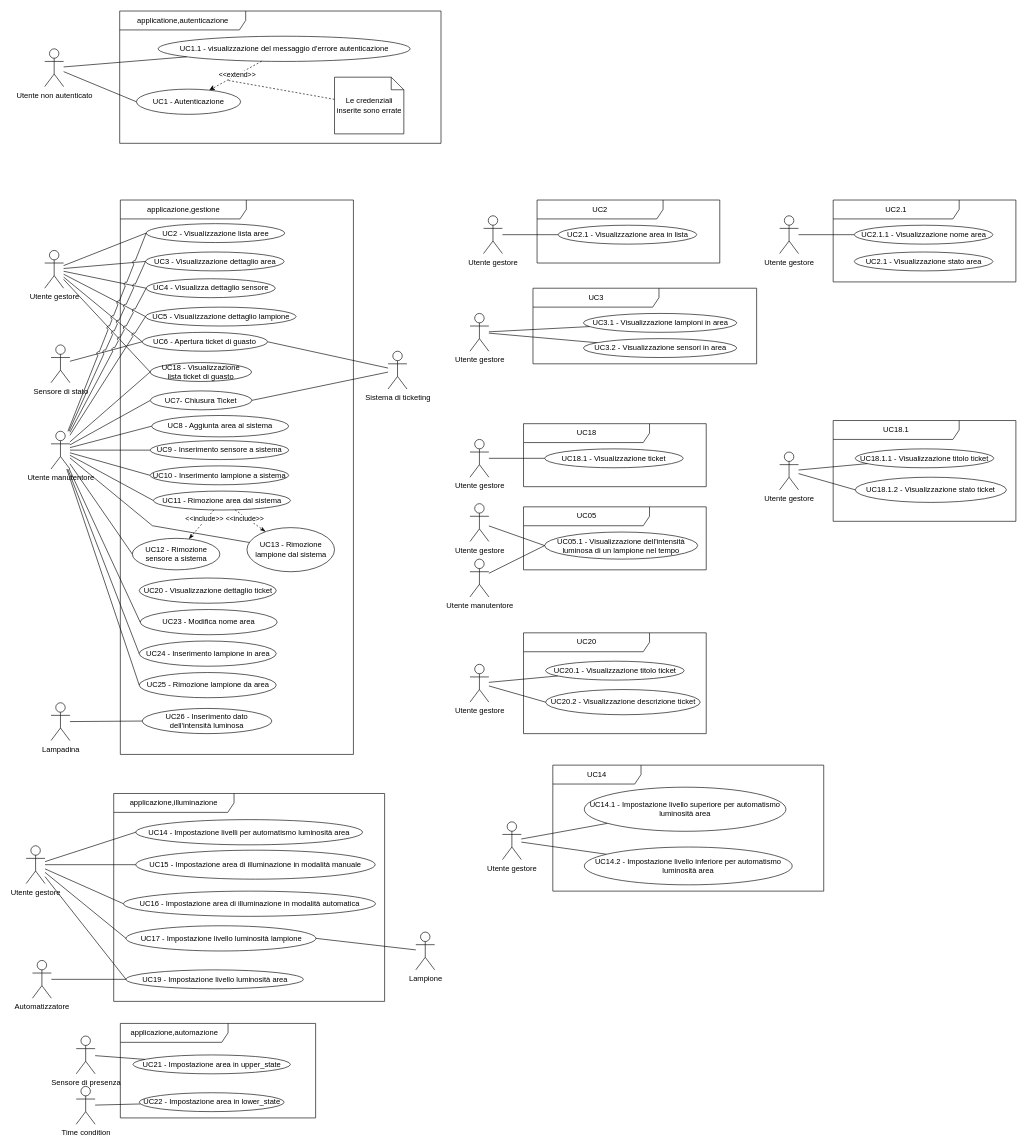
The draw.io diagram page "OK" (1 of 8) of casi_uso_grafici.drawio in SWEasabi/analisi-dei-requisiti, before the edit. Source tidied: cells renumbered, new cells numbered last; positions are measured from the earlier drawing's top-left corner, leaving out a move shared by most shapes. Both pictures are drawn from the tidied source at 63%, with x=0, y=0 at pixel (26, 11).
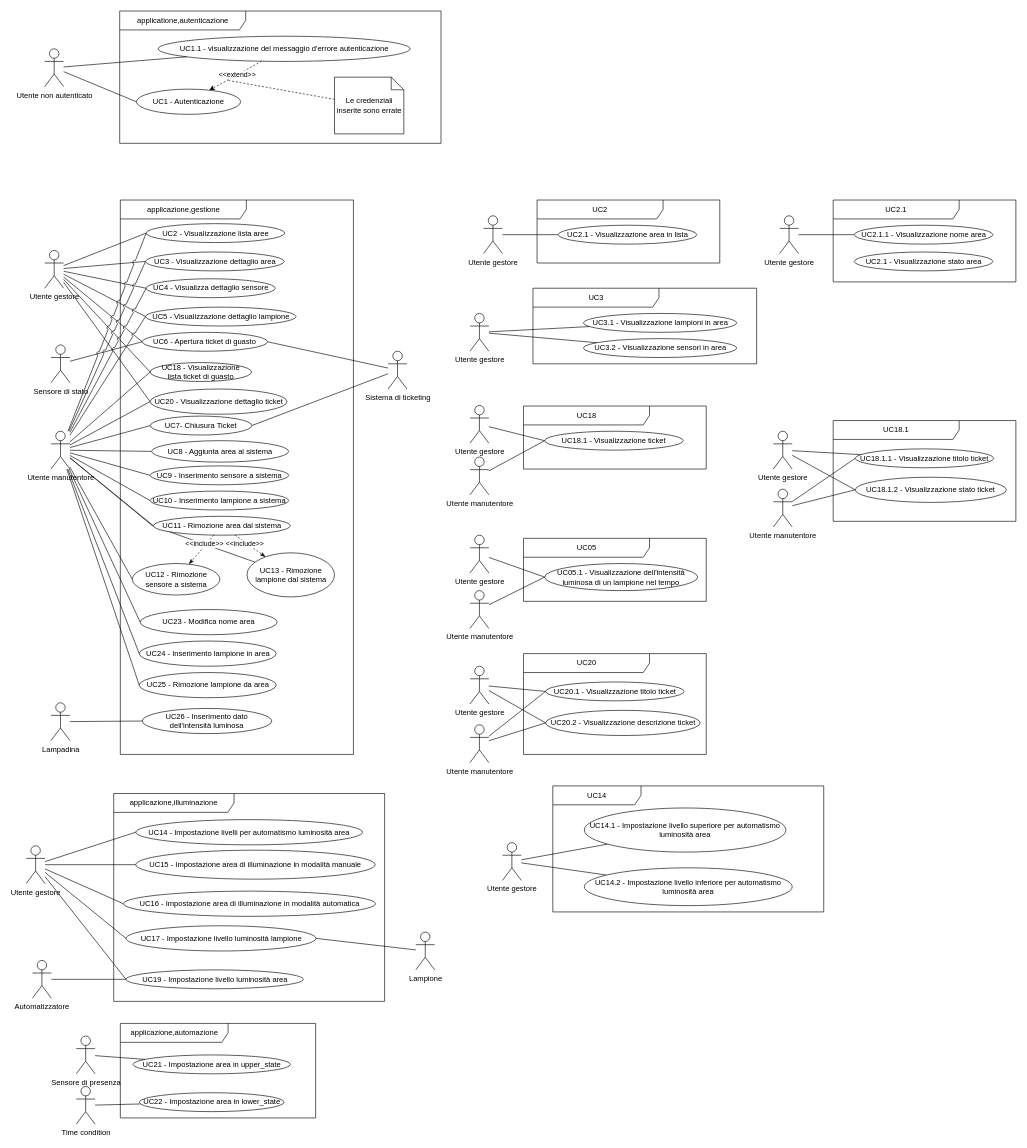
The same page after the edit.

Unchanged cells that the change refers to:
```xml
<mxCell id="16" value="Utente gestore" style="shape=umlActor;verticalLabelPosition=bottom;verticalAlign=top;html=1;outlineConnect=0;gradientColor=none;" parent="1" vertex="1">
  <mxGeometry x="29.5" y="380" width="30" height="60" as="geometry" />
</mxCell>
<mxCell id="56" value="Utente manutentore" style="shape=umlActor;verticalLabelPosition=bottom;verticalAlign=top;html=1;outlineConnect=0;gradientColor=none;" parent="1" vertex="1">
  <mxGeometry x="39.5" y="667" width="30" height="60" as="geometry" />
</mxCell>
<mxCell id="102" value="UC18.1.1 - Visualizzazione titolo ticket" style="ellipse;whiteSpace=wrap;html=1;" parent="1" vertex="1">
  <mxGeometry x="1316" y="695" width="220" height="30" as="geometry" />
</mxCell>
<mxCell id="104" value="UC18.1.2 - Visualizzazione stato ticket" style="ellipse;whiteSpace=wrap;html=1;" parent="1" vertex="1">
  <mxGeometry x="1316" y="740" width="240" height="40" as="geometry" />
</mxCell>
```

The edit, as a diff of the source:
```diff
@@
     <mxCell id="29" value="UC14" style="shape=umlFrame;whiteSpace=wrap;html=1;width=140;height=30;" parent="1" vertex="1">
-      <mxGeometry x="836" y="1197" width="430" height="200" as="geometry" />
+      <mxGeometry x="836" y="1230" width="430" height="200" as="geometry" />
     </mxCell>
@@
     <mxCell id="32" value="Utente gestore" style="shape=umlActor;verticalLabelPosition=bottom;verticalAlign=top;html=1;outlineConnect=0;gradientColor=none;" parent="1" vertex="1">
-      <mxGeometry x="756" y="1287" width="30" height="60" as="geometry" />
+      <mxGeometry x="756" y="1320" width="30" height="60" as="geometry" />
     </mxCell>
     <mxCell id="33" value="UC14.1 - Impostazione livello superiore per automatismo luminosità area" style="ellipse;whiteSpace=wrap;html=1;" parent="1" vertex="1">
-      <mxGeometry x="886" y="1232" width="320" height="70" as="geometry" />
+      <mxGeometry x="886" y="1265" width="320" height="70" as="geometry" />
     </mxCell>
     <mxCell id="34" value="UC14.2 - Impostazione livello inferiore per automatismo luminosità area" style="ellipse;whiteSpace=wrap;html=1;" parent="1" vertex="1">
-      <mxGeometry x="886" y="1327" width="330" height="60" as="geometry" />
+      <mxGeometry x="886" y="1360" width="330" height="60" as="geometry" />
     </mxCell>
@@
     <mxCell id="53" value="UC10 - Inserimento lampione a sistema" style="ellipse;whiteSpace=wrap;html=1;" parent="1" vertex="1">
-      <mxGeometry x="196.8" y="722" width="220" height="30" as="geometry" />
+      <mxGeometry x="196.8" y="762" width="220" height="30" as="geometry" />
     </mxCell>
@@
     <mxCell id="57" value="UC7- Chiusura Ticket" style="ellipse;whiteSpace=wrap;html=1;" parent="1" vertex="1">
-      <mxGeometry x="197.2" y="603" width="161" height="30" as="geometry" />
+      <mxGeometry x="197.2" y="643" width="161" height="30" as="geometry" />
     </mxCell>
     <mxCell id="58" value="UC9 - Inserimento sensore a sistema" style="ellipse;whiteSpace=wrap;html=1;" parent="1" vertex="1">
-      <mxGeometry x="196.8" y="682" width="220" height="30" as="geometry" />
+      <mxGeometry x="196.8" y="722" width="220" height="30" as="geometry" />
     </mxCell>
@@
     <mxCell id="60" value="UC13 - Rimozione lampione dal sistema" style="ellipse;whiteSpace=wrap;html=1;" parent="1" vertex="1">
-      <mxGeometry x="350.5" y="820" width="139" height="70" as="geometry" />
+      <mxGeometry x="350.5" y="860" width="139" height="70" as="geometry" />
     </mxCell>
     <mxCell id="61" value="UC8 - Aggiunta area al sistema" style="ellipse;whiteSpace=wrap;html=1;" parent="1" vertex="1">
-      <mxGeometry x="199.2" y="642" width="217.5" height="34" as="geometry" />
+      <mxGeometry x="199.2" y="682" width="217.5" height="34" as="geometry" />
     </mxCell>
@@
     <mxCell id="63" value="UC11 - Rimozione area dal sistema" style="ellipse;whiteSpace=wrap;html=1;" parent="1" vertex="1">
-      <mxGeometry x="202" y="762" width="217.5" height="30" as="geometry" />
+      <mxGeometry x="202" y="802" width="217.5" height="30" as="geometry" />
     </mxCell>
@@
     <mxCell id="69" value="UC12 - Rimozione sensore a sistema" style="ellipse;whiteSpace=wrap;html=1;" parent="1" vertex="1">
-      <mxGeometry x="168.5" y="837" width="139" height="50" as="geometry" />
+      <mxGeometry x="168.5" y="877" width="139" height="50" as="geometry" />
     </mxCell>
@@
     <mxCell id="96" value="UC18" style="shape=umlFrame;whiteSpace=wrap;html=1;width=200;height=30;" parent="1" vertex="1">
-      <mxGeometry x="789.5" y="655" width="290" height="100" as="geometry" />
+      <mxGeometry x="789.5" y="627" width="290" height="100" as="geometry" />
     </mxCell>
     <mxCell id="97" value="Utente gestore" style="shape=umlActor;verticalLabelPosition=bottom;verticalAlign=top;html=1;outlineConnect=0;gradientColor=none;" parent="1" vertex="1">
-      <mxGeometry x="704.5" y="680" width="30" height="60" as="geometry" />
+      <mxGeometry x="704.5" y="626" width="30" height="60" as="geometry" />
     </mxCell>
     <mxCell id="98" value="UC18.1 - Visualizzazione ticket" style="ellipse;whiteSpace=wrap;html=1;" parent="1" vertex="1">
-      <mxGeometry x="823" y="695" width="220" height="30" as="geometry" />
+      <mxGeometry x="823" y="667" width="220" height="30" as="geometry" />
     </mxCell>
-    <mxCell id="99" style="edgeStyle=none;rounded=0;jumpStyle=none;jumpSize=15;jettySize=auto;html=1;endArrow=none;endFill=0;" parent="1" edge="1" source="97" target="98">
+    <mxCell id="99" style="edgeStyle=none;rounded=0;jumpStyle=none;jumpSize=15;jettySize=auto;html=1;endArrow=none;endFill=0;entryX=0;entryY=0.5;entryDx=0;entryDy=0;" parent="1" edge="1" source="97" target="98">
       <mxGeometry relative="1" as="geometry" />
     </mxCell>
@@
     <mxCell id="101" value="Utente gestore" style="shape=umlActor;verticalLabelPosition=bottom;verticalAlign=top;html=1;outlineConnect=0;gradientColor=none;" parent="1" vertex="1">
-      <mxGeometry x="1196" y="700" width="30" height="60" as="geometry" />
+      <mxGeometry x="1186" y="667" width="30" height="60" as="geometry" />
     </mxCell>
@@
     <mxCell id="113" value="UC05" style="shape=umlFrame;whiteSpace=wrap;html=1;width=200;height=30;" parent="1" vertex="1">
-      <mxGeometry x="789.5" y="787" width="290" height="100" as="geometry" />
+      <mxGeometry x="789.5" y="837" width="290" height="100" as="geometry" />
     </mxCell>
     <mxCell id="114" value="Utente gestore" style="shape=umlActor;verticalLabelPosition=bottom;verticalAlign=top;html=1;outlineConnect=0;gradientColor=none;" parent="1" vertex="1">
-      <mxGeometry x="704.5" y="782" width="30" height="60" as="geometry" />
+      <mxGeometry x="704.5" y="832" width="30" height="60" as="geometry" />
     </mxCell>
     <mxCell id="115" value="UC05.1 -&amp;nbsp;&lt;span style=&quot;background-color: initial;&quot;&gt;Visualizzazione dell'intensità&lt;/span&gt;&lt;div&gt;luminosa di un lampione nel tempo&lt;/div&gt;" style="ellipse;whiteSpace=wrap;html=1;" parent="1" vertex="1">
-      <mxGeometry x="823" y="827" width="243" height="43" as="geometry" />
+      <mxGeometry x="823" y="877" width="243" height="43" as="geometry" />
     </mxCell>
@@
     <mxCell id="117" value="Utente manutentore" style="shape=umlActor;verticalLabelPosition=bottom;verticalAlign=top;html=1;outlineConnect=0;gradientColor=none;" parent="1" vertex="1">
-      <mxGeometry x="704.5" y="870" width="30" height="60" as="geometry" />
+      <mxGeometry x="704.5" y="920" width="30" height="60" as="geometry" />
     </mxCell>
@@
     <mxCell id="119" value="UC20 - Visualizzazione dettaglio ticket" style="ellipse;whiteSpace=wrap;html=1;" parent="1" vertex="1">
-      <mxGeometry x="179.5" y="900" width="217.5" height="40" as="geometry" />
+      <mxGeometry x="196.8" y="600" width="217.5" height="40" as="geometry" />
     </mxCell>
     <mxCell id="120" value="UC20" style="shape=umlFrame;whiteSpace=wrap;html=1;width=200;height=30;" parent="1" vertex="1">
-      <mxGeometry x="789.5" y="987" width="290" height="160" as="geometry" />
+      <mxGeometry x="789.5" y="1020" width="290" height="160" as="geometry" />
     </mxCell>
     <mxCell id="121" value="Utente gestore" style="shape=umlActor;verticalLabelPosition=bottom;verticalAlign=top;html=1;outlineConnect=0;gradientColor=none;" parent="1" vertex="1">
-      <mxGeometry x="704.5" y="1037" width="30" height="60" as="geometry" />
+      <mxGeometry x="704.5" y="1040" width="30" height="60" as="geometry" />
     </mxCell>
     <mxCell id="122" value="UC20.1 - Visualizzazione titolo ticket" style="ellipse;whiteSpace=wrap;html=1;" parent="1" vertex="1">
-      <mxGeometry x="824.5" y="1032" width="220" height="30" as="geometry" />
+      <mxGeometry x="824.5" y="1065" width="220" height="30" as="geometry" />
     </mxCell>
-    <mxCell id="123" style="edgeStyle=none;rounded=0;jumpStyle=none;jumpSize=15;jettySize=auto;html=1;endArrow=none;endFill=0;" parent="1" edge="1" source="121" target="122">
+    <mxCell id="123" style="edgeStyle=none;rounded=0;jumpStyle=none;jumpSize=15;jettySize=auto;html=1;endArrow=none;endFill=0;entryX=0;entryY=0.5;entryDx=0;entryDy=0;" parent="1" edge="1" source="121" target="122">
       <mxGeometry relative="1" as="geometry" />
     </mxCell>
     <mxCell id="124" value="UC20.2 - Visualizzazione descrizione ticket" style="ellipse;whiteSpace=wrap;html=1;" parent="1" vertex="1">
-      <mxGeometry x="824.5" y="1077" width="245.5" height="40" as="geometry" />
+      <mxGeometry x="824.5" y="1110" width="245.5" height="40" as="geometry" />
     </mxCell>
@@
+    <mxCell id="131" style="endArrow=none;html=1;exitX=0;exitY=0.5;exitDx=0;exitDy=0;" parent="1" edge="1" source="119" target="56">
+      <mxGeometry relative="1" as="geometry" />
+    </mxCell>
+    <mxCell id="132" style="endArrow=none;html=1;exitX=0;exitY=0.5;exitDx=0;exitDy=0;" parent="1" edge="1" source="119" target="16">
+      <mxGeometry relative="1" as="geometry" />
+    </mxCell>
+    <mxCell id="133" value="Utente manutentore" style="shape=umlActor;verticalLabelPosition=bottom;verticalAlign=top;html=1;outlineConnect=0;gradientColor=none;" parent="1" vertex="1">
+      <mxGeometry x="704.5" y="708" width="30" height="60" as="geometry" />
+    </mxCell>
+    <mxCell id="134" style="endArrow=none;html=1;entryX=0;entryY=0.5;entryDx=0;entryDy=0;" parent="1" edge="1" source="133" target="98">
+      <mxGeometry relative="1" as="geometry" />
+    </mxCell>
+    <mxCell id="135" value="Utente manutentore" style="shape=umlActor;verticalLabelPosition=bottom;verticalAlign=top;html=1;outlineConnect=0;gradientColor=none;" parent="1" vertex="1">
+      <mxGeometry x="1186" y="759" width="30" height="60" as="geometry" />
+    </mxCell>
+    <mxCell id="136" style="endArrow=none;html=1;entryX=0;entryY=0.5;entryDx=0;entryDy=0;" parent="1" edge="1" source="135" target="102">
+      <mxGeometry relative="1" as="geometry" />
+    </mxCell>
+    <mxCell id="137" style="endArrow=none;html=1;entryX=0;entryY=0.5;entryDx=0;entryDy=0;" parent="1" edge="1" source="135" target="104">
+      <mxGeometry relative="1" as="geometry" />
+    </mxCell>
+    <mxCell id="138" value="Utente manutentore" style="shape=umlActor;verticalLabelPosition=bottom;verticalAlign=top;html=1;outlineConnect=0;gradientColor=none;" parent="1" vertex="1">
+      <mxGeometry x="704.5" y="1133" width="30" height="60" as="geometry" />
+    </mxCell>
+    <mxCell id="139" style="endArrow=none;html=1;entryX=0;entryY=0.5;entryDx=0;entryDy=0;" parent="1" edge="1" source="138" target="122">
+      <mxGeometry relative="1" as="geometry" />
+    </mxCell>
+    <mxCell id="140" style="endArrow=none;html=1;entryX=0;entryY=0.5;entryDx=0;entryDy=0;" parent="1" edge="1" source="138" target="124">
+      <mxGeometry relative="1" as="geometry" />
+    </mxCell>
```
